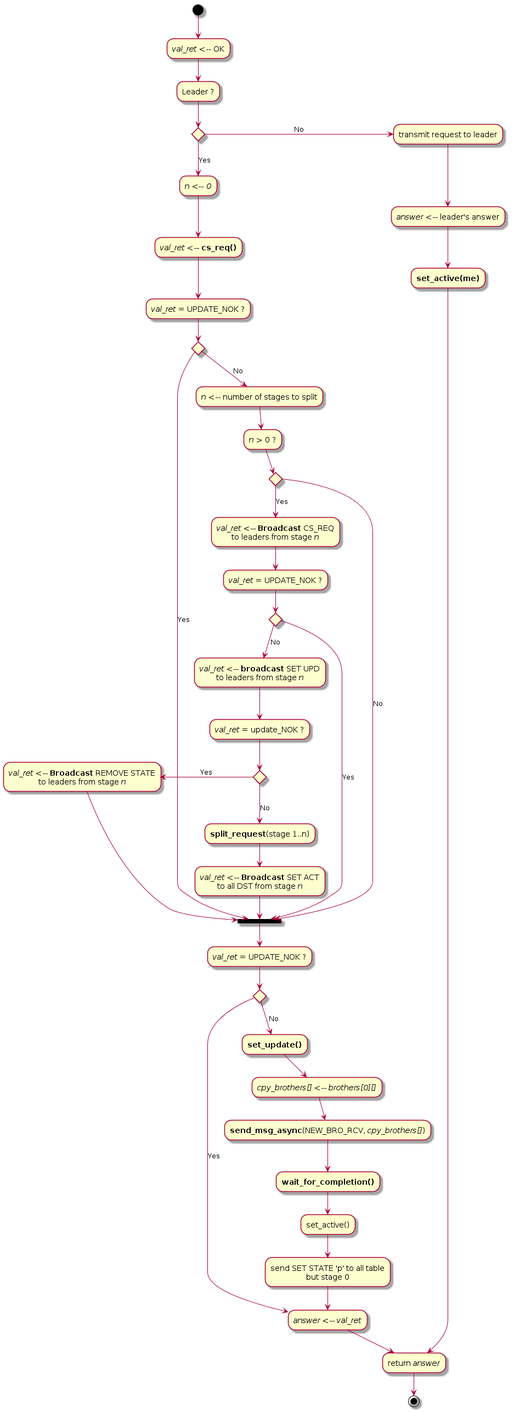
tof25/DST keeps this PlantUML diagram as doc/UML/Cnx_Req.png. Above is the earlier version.
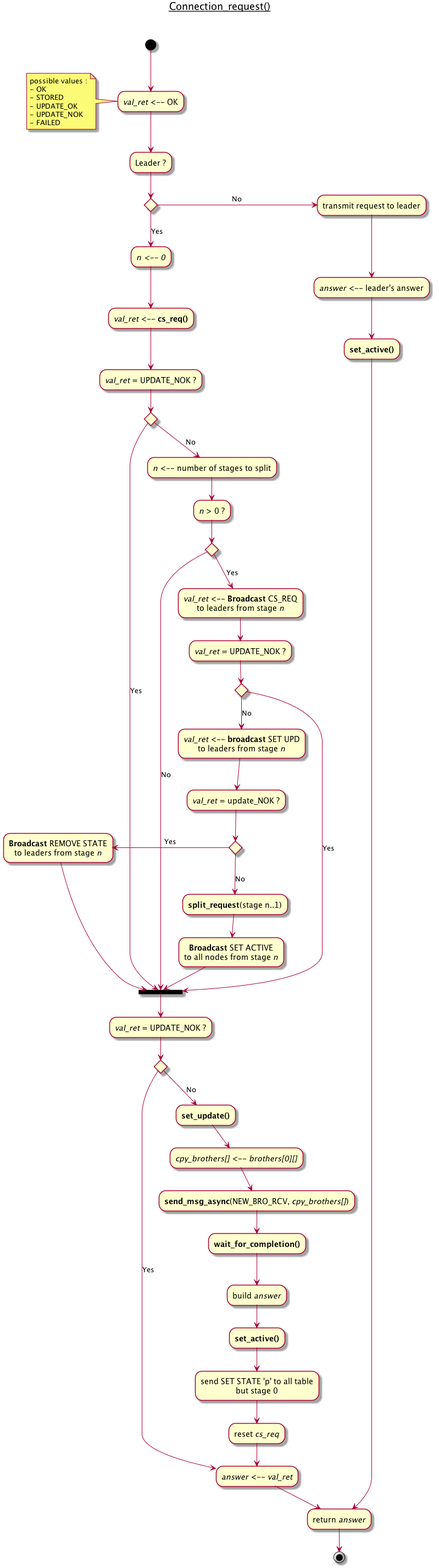
The same diagram one commit later.

The edit, as a diff of the source:
```diff
@@ -1,5 +1,14 @@
 @startuml
+title <u>Connection_request()</u>\n\n
 (*top) --> "<i>val_ret</i> <-- OK"
+note left
+    possible values :
+    - OK
+    - STORED
+    - UPDATE_OK
+    - UPDATE_NOK
+    - FAILED
+end note
 --> "Leader ?"
 if "" then
     -->[Yes] "<i>n <-- 0</i>"
@@ -17,11 +26,11 @@
                 -->[No] "<i>val_ret</i> <-- <b>broadcast</b> SET UPD\nto leaders from stage <i>n</i>"
                 --> "<i>val_ret</i> = update_NOK ?" as req3
                 if "" then
-                    -left->[Yes] "<i>val_ret</i> <-- <b>Broadcast</b> REMOVE STATE\nto leaders from stage <i>n</i>"
+                    -left->[Yes] "<b>Broadcast</b> REMOVE STATE\nto leaders from stage <i>n</i>"
                     --> == SUITE ==
                 else
-                    -->[No] "<b>split_request</b>(stage 1..n)"
-                    --> "<i>val_ret</i> <-- <b>Broadcast</b> SET ACT\nto all DST from stage <i>n</i>"
+                    -->[No] "<b>split_request</b>(stage n..1)"
+                    --> "<b>Broadcast</b> SET ACTIVE\nto all nodes from stage <i>n</i>"
                     --> == SUITE ==
                 endif
             else
@@ -34,7 +43,7 @@
 else
     -right->[No] "transmit request to leader"
     --> "<i>answer</i> <-- leader's answer"
-    --> "<b>set_active(me)</b>"
+    --> "<b>set_active()</b>" as act1
     --> "return <i>answer</i>"
 endif
 
@@ -44,8 +53,10 @@
     --> "<i>cpy_brothers[]</i> <-- <i>brothers[0][]</i>"
     --> "<b>send_msg_async</b>(NEW_BRO_RCV, <i>cpy_brothers[]</i>)"
     --> "<b>wait_for_completion()</b>"
-    --> "set_active()"
+    --> "build <i>answer</i>"
+    --> "<b>set_active()</b>" as act2
     --> "send SET STATE 'p' to all table\nbut stage 0"
+    --> "reset <i>cs_req</i>"
     --> "<i>answer</i> <-- <i>val_ret</i>"
 else
     -->[Yes] "<i>answer</i> <-- <i>val_ret</i>"
```
